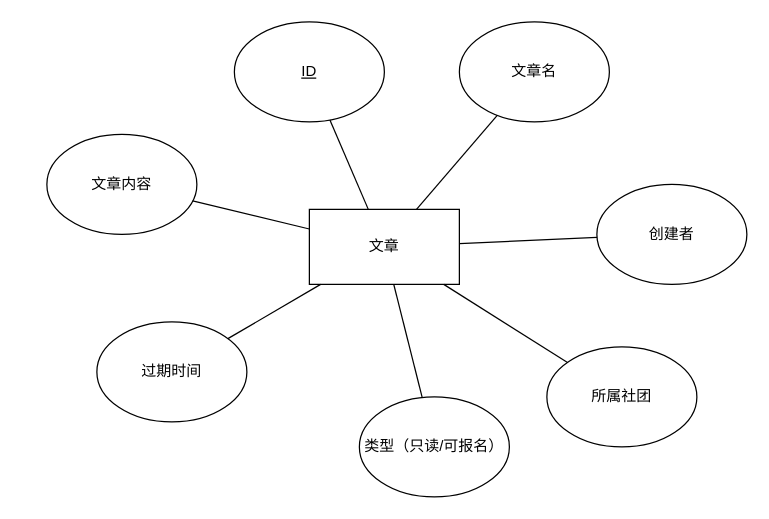
This is Article.drawio from kaolalala/Hello-World, a draw.io file, before an edit. Source tidied: cells renumbered, new cells numbered last; positions are measured from the earlier drawing's top-left corner, leaving out a move shared by most shapes. Both pictures are drawn from the tidied source at 125%, with x=0, y=0 at pixel (46, 21).
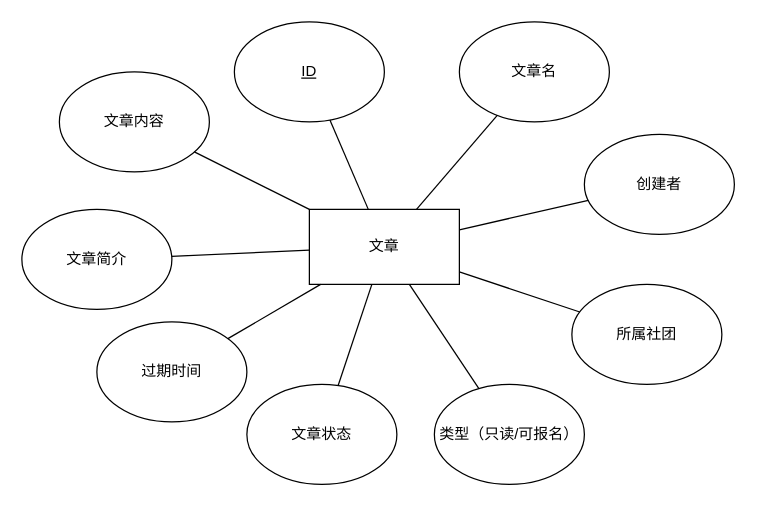
The same diagram, later.

The change refers to these unchanged cells:
```xml
<mxCell id="2" value="文章" style="rounded=0;whiteSpace=wrap;html=1;" parent="1" vertex="1">
  <mxGeometry x="210" y="150" width="120" height="60" as="geometry" />
</mxCell>
```

What changed in the source:
```diff
@@
     <mxCell id="5" value="创建者" style="ellipse;whiteSpace=wrap;html=1;" parent="1" vertex="1">
-      <mxGeometry x="440" y="130" width="120" height="80" as="geometry" />
+      <mxGeometry x="430" y="90" width="120" height="80" as="geometry" />
     </mxCell>
     <mxCell id="6" value="所属社团" style="ellipse;whiteSpace=wrap;html=1;" parent="1" vertex="1">
-      <mxGeometry x="400" y="260" width="120" height="80" as="geometry" />
+      <mxGeometry x="420" y="210" width="120" height="80" as="geometry" />
     </mxCell>
@@
     <mxCell id="8" value="文章内容" style="ellipse;whiteSpace=wrap;html=1;" parent="1" vertex="1">
-      <mxGeometry y="90" width="120" height="80" as="geometry" />
+      <mxGeometry x="10" y="40" width="120" height="80" as="geometry" />
     </mxCell>
@@
     <mxCell id="15" value="类型（只读/可报名）" style="ellipse;whiteSpace=wrap;html=1;" parent="1" vertex="1">
-      <mxGeometry x="250" y="300" width="120" height="80" as="geometry" />
+      <mxGeometry x="310" y="290" width="120" height="80" as="geometry" />
     </mxCell>
@@
+    <mxCell id="17" value="文章简介" style="ellipse;whiteSpace=wrap;html=1;" parent="1" vertex="1">
+      <mxGeometry x="-20" y="150" width="120" height="80" as="geometry" />
+    </mxCell>
+    <mxCell id="18" value="文章状态" style="ellipse;whiteSpace=wrap;html=1;" parent="1" vertex="1">
+      <mxGeometry x="160" y="290" width="120" height="80" as="geometry" />
+    </mxCell>
+    <mxCell id="19" style="endArrow=none;html=1;rounded=0;" parent="1" edge="1" source="18" target="2">
+      <mxGeometry relative="1" as="geometry" />
+    </mxCell>
+    <mxCell id="20" style="endArrow=none;html=1;rounded=0;" parent="1" edge="1" source="17" target="2">
+      <mxGeometry relative="1" as="geometry" />
+    </mxCell>
```
